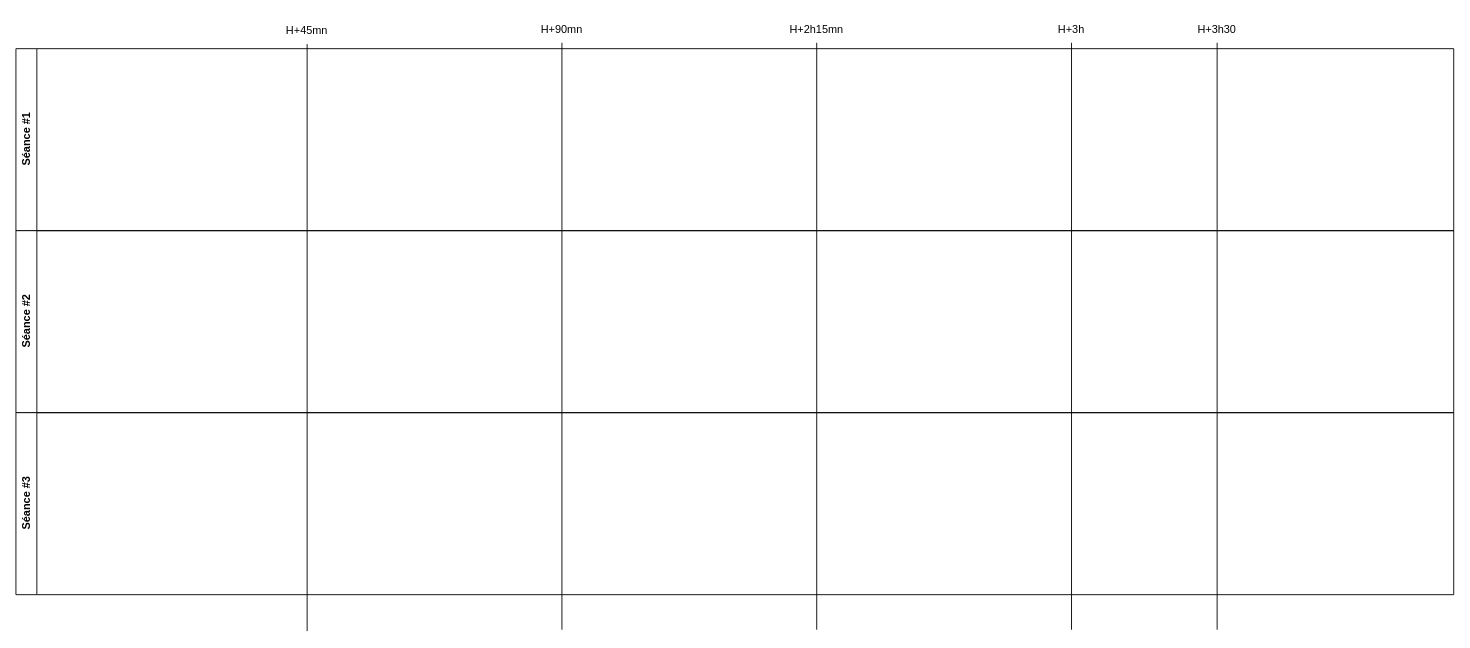
This is page "Economie des séances" (3 of 3) of Cours IA et RH.drawio from Fabrice-64/Drawings, a draw.io file, before an edit. Source tidied: cells renumbered, new cells numbered last; positions are measured from the earlier drawing's top-left corner, leaving out a move shared by most shapes. Both pictures are drawn from the tidied source at 91%, with x=0, y=0 at pixel (15, 15).
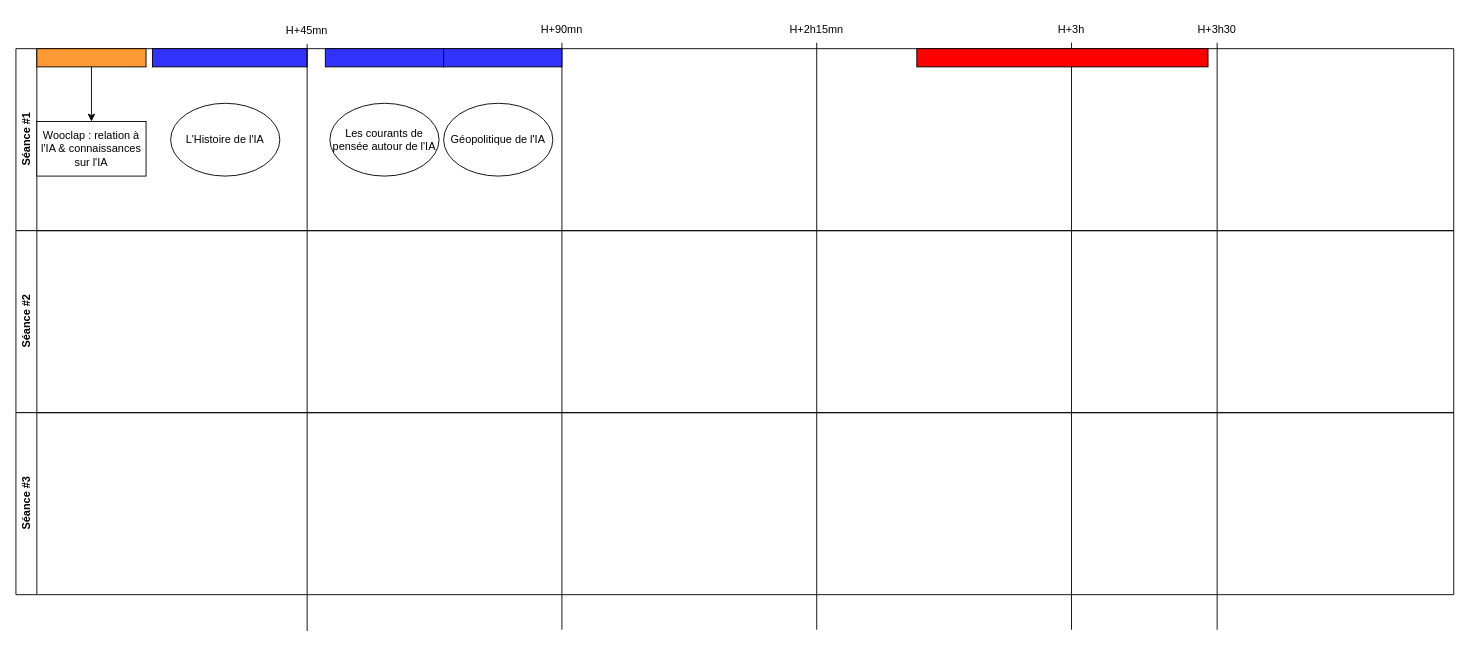
Above is the later version.

The change refers to these unchanged cells:
```xml
<mxCell id="2" value="Séance #1" style="swimlane;horizontal=0;whiteSpace=wrap;html=1;" parent="1" vertex="1">
  <mxGeometry y="36" width="1580" height="200" as="geometry" />
</mxCell>
```

The edit, as a diff of the source:
```diff
@@
+    <mxCell id="15" style="edgeStyle=orthogonalEdgeStyle;rounded=0;jettySize=auto;html=1;" parent="2" edge="1" source="16" target="19">
+      <mxGeometry relative="1" as="geometry" />
+    </mxCell>
+    <mxCell id="16" style="rounded=0;whiteSpace=wrap;html=1;fillColor=#FF9933;" parent="2" vertex="1">
+      <mxGeometry x="23" width="120" height="20" as="geometry" />
+    </mxCell>
+    <mxCell id="17" style="rounded=0;whiteSpace=wrap;html=1;fillColor=#3333FF;" parent="2" vertex="1">
+      <mxGeometry x="150" width="170" height="20" as="geometry" />
+    </mxCell>
+    <mxCell id="18" style="rounded=0;whiteSpace=wrap;html=1;fillColor=#FF0000;" parent="2" vertex="1">
+      <mxGeometry x="990" width="320" height="20" as="geometry" />
+    </mxCell>
+    <mxCell id="19" value="Wooclap : relation à l'IA &amp;amp; connaissances sur l'IA" style="whiteSpace=wrap;html=1;fillColor=#FFFFFF;rounded=0;" parent="2" vertex="1">
+      <mxGeometry x="23" y="80" width="120" height="60" as="geometry" />
+    </mxCell>
+    <mxCell id="20" value="L'Histoire de l'IA" style="ellipse;whiteSpace=wrap;html=1;perimeter=rectanglePerimeter;" parent="2" vertex="1">
+      <mxGeometry x="170" y="60" width="120" height="80" as="geometry" />
+    </mxCell>
+    <mxCell id="21" value="Les courants de pensée autour de l'IA" style="ellipse;whiteSpace=wrap;html=1;" parent="2" vertex="1">
+      <mxGeometry x="345" y="60" width="120" height="80" as="geometry" />
+    </mxCell>
+    <mxCell id="22" value="Géopolitique de l'IA" style="ellipse;whiteSpace=wrap;html=1;" parent="2" vertex="1">
+      <mxGeometry x="470" y="60" width="120" height="80" as="geometry" />
+    </mxCell>
+    <mxCell id="23" style="rounded=0;whiteSpace=wrap;html=1;fillColor=#3333FF;" parent="2" vertex="1">
+      <mxGeometry x="340" width="130" height="20" as="geometry" />
+    </mxCell>
+    <mxCell id="24" style="rounded=0;whiteSpace=wrap;html=1;fillColor=#3333FF;" parent="2" vertex="1">
+      <mxGeometry x="470" width="130" height="20" as="geometry" />
+    </mxCell>
```
